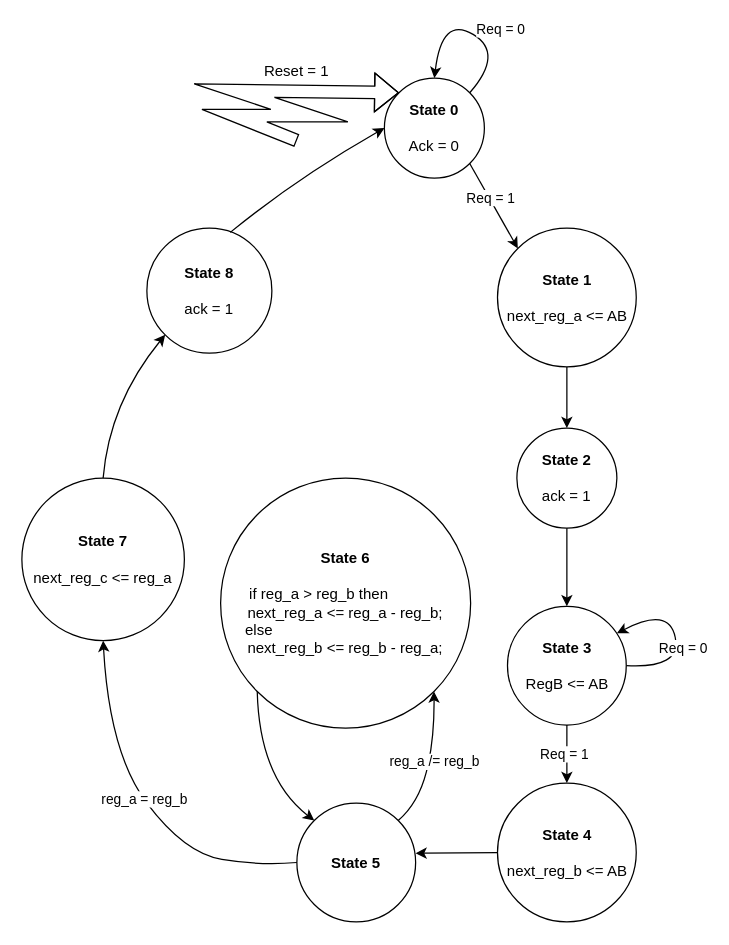
This is FSM diagram.drawio from MotherFrogher/02203_Design_Of_Digital_Systems, a draw.io file, before an edit. Source tidied: cells renumbered, new cells numbered last; positions are measured from the earlier drawing's top-left corner, leaving out a move shared by most shapes. Both pictures are drawn from the tidied source at 125%, with x=0, y=0 at pixel (21, 15).
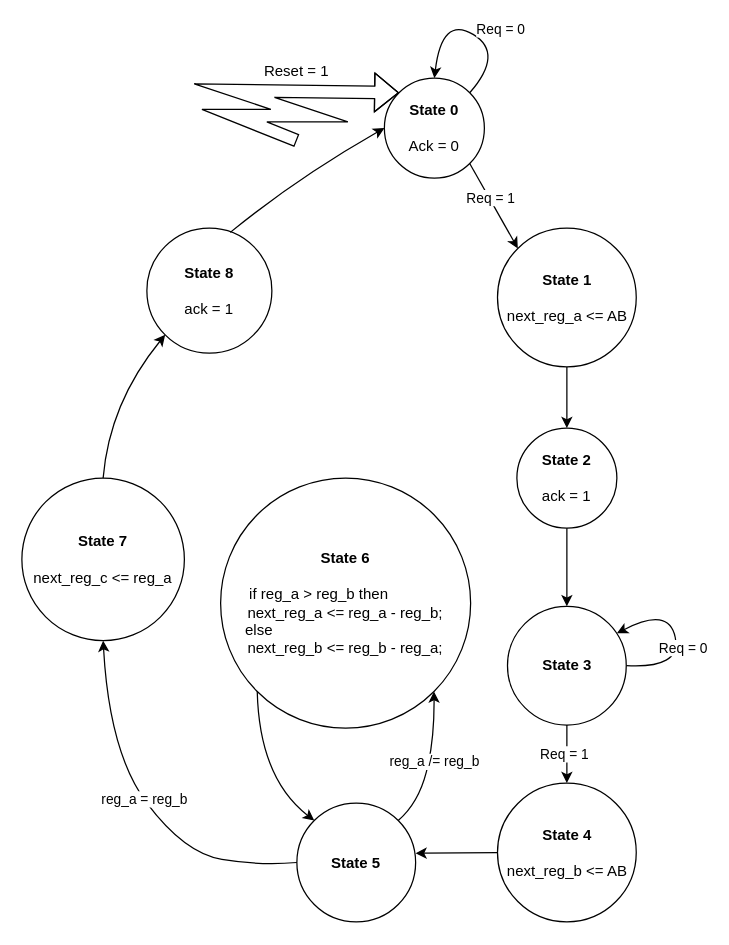
After the change.

What changed in the source:
```diff
@@
-    <mxCell id="12" value="&lt;b&gt;State 3&lt;/b&gt;&lt;div&gt;&lt;br&gt;&lt;/div&gt;&lt;div&gt;RegB &amp;lt;= AB&lt;/div&gt;" style="ellipse;whiteSpace=wrap;html=1;" parent="1" vertex="1">
+    <mxCell id="12" value="&lt;b&gt;State 3&lt;/b&gt;" style="ellipse;whiteSpace=wrap;html=1;" parent="1" vertex="1">
       <mxGeometry x="388.5" y="472.5" width="95" height="95" as="geometry" />
     </mxCell>
```
